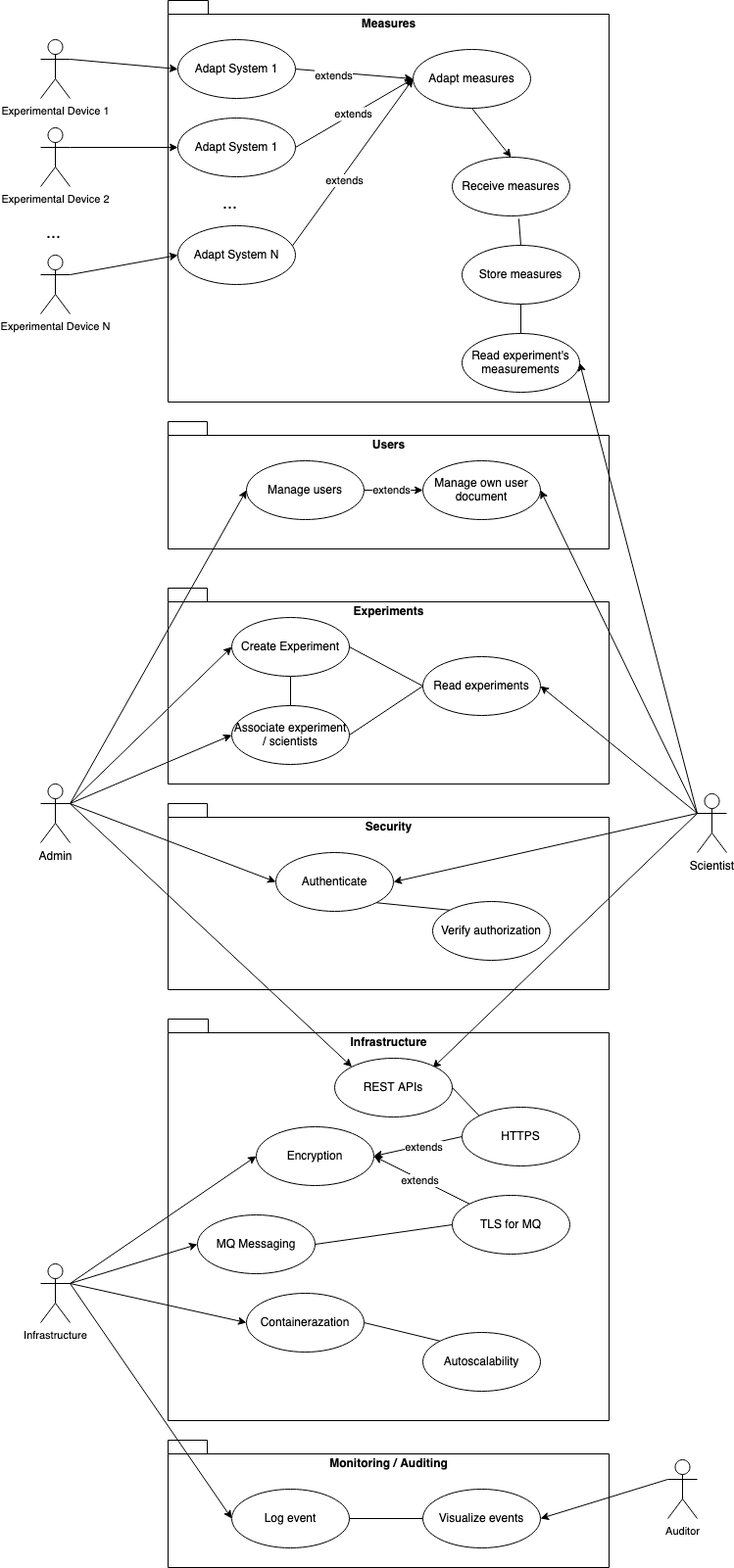
This is documents/sections/components-usecase.png from alros-essex/ssdcs-assignment, a draw.io export, as it was before one commit. Source tidied: cells renumbered, new cells last; positions are measured from the earlier drawing's top-left corner, leaving out a move shared by most shapes.
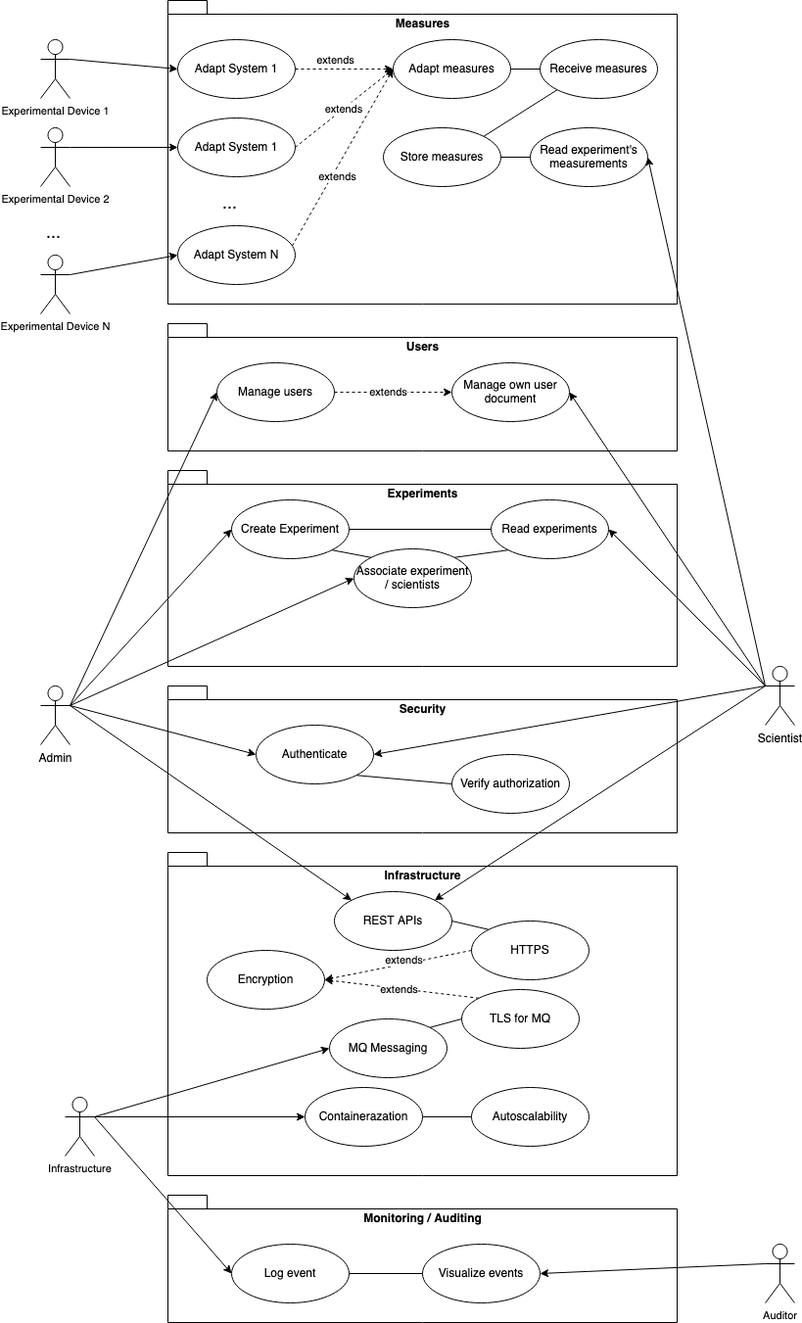
Later version of the same file.

What changed in the source:
```diff
@@ -3,40 +3,40 @@
     <mxCell id="0" />
     <mxCell id="1" parent="0" />
     <mxCell id="2" value="Infrastructure" style="shape=folder;fontStyle=1;spacingTop=10;tabWidth=40;tabHeight=14;tabPosition=left;html=1;verticalAlign=top;" parent="1" vertex="1">
-      <mxGeometry x="130" y="1040" width="450" height="410" as="geometry" />
+      <mxGeometry x="130" y="870" width="520" height="330" as="geometry" />
     </mxCell>
     <mxCell id="3" value="Monitoring / Auditing" style="shape=folder;fontStyle=1;spacingTop=10;tabWidth=40;tabHeight=14;tabPosition=left;html=1;verticalAlign=top;" parent="1" vertex="1">
-      <mxGeometry x="130" y="1470" width="450" height="130" as="geometry" />
+      <mxGeometry x="130" y="1220" width="520" height="130" as="geometry" />
     </mxCell>
     <mxCell id="4" value="Security" style="shape=folder;fontStyle=1;spacingTop=10;tabWidth=40;tabHeight=14;tabPosition=left;html=1;verticalAlign=top;" parent="1" vertex="1">
-      <mxGeometry x="130" y="820" width="450" height="190" as="geometry" />
+      <mxGeometry x="130" y="700" width="520" height="150" as="geometry" />
     </mxCell>
     <mxCell id="5" value="Experiments" style="shape=folder;fontStyle=1;spacingTop=10;tabWidth=40;tabHeight=14;tabPosition=left;html=1;verticalAlign=top;" parent="1" vertex="1">
-      <mxGeometry x="130" y="600" width="450" height="200" as="geometry" />
+      <mxGeometry x="130" y="480" width="520" height="200" as="geometry" />
     </mxCell>
     <mxCell id="6" value="Users" style="shape=folder;fontStyle=1;spacingTop=10;tabWidth=40;tabHeight=14;tabPosition=left;html=1;verticalAlign=top;" parent="1" vertex="1">
-      <mxGeometry x="130" y="430" width="450" height="130" as="geometry" />
+      <mxGeometry x="130" y="330" width="520" height="130" as="geometry" />
     </mxCell>
     <mxCell id="7" value="Measures" style="shape=folder;fontStyle=1;spacingTop=10;tabWidth=40;tabHeight=14;tabPosition=left;html=1;verticalAlign=top;" parent="1" vertex="1">
-      <mxGeometry x="130" width="450" height="410" as="geometry" />
+      <mxGeometry x="130" width="520" height="310" as="geometry" />
     </mxCell>
-    <mxCell id="8" style="entryX=0.5;entryY=0;entryDx=0;entryDy=0;endArrow=none;endFill=0;exitX=0.566;exitY=1.048;exitDx=0;exitDy=0;exitPerimeter=0;" parent="1" edge="1" source="9" target="33">
+    <mxCell id="8" style="entryX=1;entryY=0;entryDx=0;entryDy=0;endArrow=none;endFill=0;exitX=0;exitY=1;exitDx=0;exitDy=0;" parent="1" edge="1" source="9" target="33">
       <mxGeometry relative="1" as="geometry" />
     </mxCell>
     <mxCell id="9" value="Receive measures" style="ellipse;whiteSpace=wrap;html=1;" parent="1" vertex="1">
-      <mxGeometry x="420" y="160" width="120" height="60" as="geometry" />
+      <mxGeometry x="510" y="40" width="120" height="60" as="geometry" />
     </mxCell>
-    <mxCell id="10" style="exitX=1;exitY=0.5;exitDx=0;exitDy=0;entryX=0;entryY=0.5;entryDx=0;entryDy=0;" parent="1" edge="1" source="12" target="13">
+    <mxCell id="10" style="exitX=1;exitY=0.5;exitDx=0;exitDy=0;entryX=0;entryY=0.5;entryDx=0;entryDy=0;dashed=1;" parent="1" edge="1" source="12" target="13">
       <mxGeometry relative="1" as="geometry" />
     </mxCell>
     <mxCell id="11" value="extends" style="edgeLabel;html=1;align=center;verticalAlign=middle;" parent="10" vertex="1">
       <mxGeometry x="-0.1" y="1" relative="1" as="geometry" />
     </mxCell>
     <mxCell id="12" value="Manage users" style="ellipse;whiteSpace=wrap;html=1;" parent="1" vertex="1">
-      <mxGeometry x="210" y="470" width="120" height="60" as="geometry" />
+      <mxGeometry x="180" y="370" width="120" height="60" as="geometry" />
     </mxCell>
     <mxCell id="13" value="Manage own user document" style="ellipse;whiteSpace=wrap;html=1;" parent="1" vertex="1">
-      <mxGeometry x="390" y="470" width="120" height="60" as="geometry" />
+      <mxGeometry x="420" y="370" width="120" height="60" as="geometry" />
     </mxCell>
     <mxCell id="14" style="entryX=1;entryY=0.5;entryDx=0;entryDy=0;exitX=0;exitY=0.3333333333333333;exitDx=0;exitDy=0;exitPerimeter=0;" parent="1" edge="1" source="19" target="13">
       <mxGeometry relative="1" as="geometry" />
@@ -50,13 +50,11 @@
     <mxCell id="17" style="entryX=1;entryY=0.5;entryDx=0;entryDy=0;exitX=0;exitY=0.3333333333333333;exitDx=0;exitDy=0;exitPerimeter=0;" parent="1" edge="1" source="19" target="39">
       <mxGeometry relative="1" as="geometry" />
     </mxCell>
-    <mxCell id="18" style="exitX=0;exitY=0.3333333333333333;exitDx=0;exitDy=0;exitPerimeter=0;" parent="1" edge="1" source="19">
-      <mxGeometry relative="1" as="geometry">
-        <mxPoint x="400" y="1090" as="targetPoint" />
-      </mxGeometry>
+    <mxCell id="18" style="exitX=0;exitY=0.3333333333333333;exitDx=0;exitDy=0;exitPerimeter=0;entryX=1;entryY=0;entryDx=0;entryDy=0;" parent="1" edge="1" source="19" target="47">
+      <mxGeometry relative="1" as="geometry" />
     </mxCell>
     <mxCell id="19" value="Scientist" style="shape=umlActor;verticalLabelPosition=bottom;verticalAlign=top;html=1;outlineConnect=0;" parent="1" vertex="1">
-      <mxGeometry x="670" y="810" width="30" height="60" as="geometry" />
+      <mxGeometry x="740" y="680" width="30" height="60" as="geometry" />
     </mxCell>
     <mxCell id="20" style="entryX=0;entryY=0.5;entryDx=0;entryDy=0;exitX=1;exitY=0.3333333333333333;exitDx=0;exitDy=0;exitPerimeter=0;" parent="1" edge="1" source="26" target="28">
       <mxGeometry relative="1" as="geometry" />
@@ -77,119 +75,121 @@
       <mxGeometry relative="1" as="geometry" />
     </mxCell>
     <mxCell id="26" value="Admin" style="shape=umlActor;verticalLabelPosition=bottom;verticalAlign=top;html=1;outlineConnect=0;" parent="1" vertex="1">
-      <mxGeometry y="800" width="30" height="60" as="geometry" />
+      <mxGeometry y="700" width="30" height="60" as="geometry" />
     </mxCell>
-    <mxCell id="27" style="exitX=0.5;exitY=1;exitDx=0;exitDy=0;entryX=0.5;entryY=0;entryDx=0;entryDy=0;endArrow=none;endFill=0;" parent="1" edge="1" source="28" target="30">
+    <mxCell id="27" style="exitX=1;exitY=1;exitDx=0;exitDy=0;entryX=0;entryY=0;entryDx=0;entryDy=0;endArrow=none;endFill=0;" parent="1" edge="1" source="28" target="30">
       <mxGeometry relative="1" as="geometry" />
     </mxCell>
     <mxCell id="28" value="Create Experiment" style="ellipse;whiteSpace=wrap;html=1;" parent="1" vertex="1">
-      <mxGeometry x="195" y="630" width="120" height="60" as="geometry" />
+      <mxGeometry x="195" y="510" width="120" height="60" as="geometry" />
     </mxCell>
-    <mxCell id="29" style="entryX=0;entryY=0.5;entryDx=0;entryDy=0;exitX=1;exitY=0.5;exitDx=0;exitDy=0;endArrow=none;endFill=0;" parent="1" edge="1" source="30" target="32">
+    <mxCell id="29" style="entryX=0;entryY=1;entryDx=0;entryDy=0;exitX=1;exitY=0;exitDx=0;exitDy=0;endArrow=none;endFill=0;" parent="1" edge="1" source="30" target="32">
       <mxGeometry relative="1" as="geometry" />
     </mxCell>
     <mxCell id="30" value="Associate experiment / scientists" style="ellipse;whiteSpace=wrap;html=1;" parent="1" vertex="1">
-      <mxGeometry x="195" y="720" width="120" height="60" as="geometry" />
+      <mxGeometry x="320" y="560" width="120" height="60" as="geometry" />
     </mxCell>
     <mxCell id="31" style="entryX=1;entryY=0.5;entryDx=0;entryDy=0;exitX=0;exitY=0.5;exitDx=0;exitDy=0;endArrow=none;endFill=0;" parent="1" edge="1" source="32" target="28">
       <mxGeometry relative="1" as="geometry" />
     </mxCell>
     <mxCell id="32" value="Read experiments" style="ellipse;whiteSpace=wrap;html=1;" parent="1" vertex="1">
-      <mxGeometry x="390" y="670" width="120" height="60" as="geometry" />
+      <mxGeometry x="460" y="510" width="120" height="60" as="geometry" />
     </mxCell>
     <mxCell id="33" value="Store measures" style="ellipse;whiteSpace=wrap;html=1;" parent="1" vertex="1">
-      <mxGeometry x="430" y="250" width="120" height="60" as="geometry" />
+      <mxGeometry x="350" y="130" width="120" height="60" as="geometry" />
     </mxCell>
-    <mxCell id="34" style="endArrow=none;endFill=0;exitX=0.5;exitY=0;exitDx=0;exitDy=0;entryX=0.5;entryY=1;entryDx=0;entryDy=0;" parent="1" edge="1" source="35" target="33">
+    <mxCell id="34" style="endArrow=none;endFill=0;exitX=0;exitY=0.5;exitDx=0;exitDy=0;entryX=1;entryY=0.5;entryDx=0;entryDy=0;" parent="1" edge="1" source="35" target="33">
       <mxGeometry relative="1" as="geometry" />
     </mxCell>
     <mxCell id="35" value="Read experiment's measurements" style="ellipse;whiteSpace=wrap;html=1;" parent="1" vertex="1">
-      <mxGeometry x="430" y="340" width="120" height="60" as="geometry" />
+      <mxGeometry x="500" y="130" width="120" height="60" as="geometry" />
     </mxCell>
     <mxCell id="36" style="exitX=1;exitY=0.5;exitDx=0;exitDy=0;endArrow=none;endFill=0;entryX=0;entryY=0.5;entryDx=0;entryDy=0;" parent="1" edge="1" source="37" target="41">
       <mxGeometry relative="1" as="geometry" />
     </mxCell>
     <mxCell id="37" value="Log event" style="ellipse;whiteSpace=wrap;html=1;" parent="1" vertex="1">
-      <mxGeometry x="195" y="1520" width="120" height="60" as="geometry" />
+      <mxGeometry x="195" y="1270" width="120" height="60" as="geometry" />
     </mxCell>
-    <mxCell id="38" style="entryX=0;entryY=0;entryDx=0;entryDy=0;endArrow=none;endFill=0;exitX=1;exitY=1;exitDx=0;exitDy=0;" parent="1" edge="1" source="39" target="40">
+    <mxCell id="38" style="entryX=0;entryY=0.5;entryDx=0;entryDy=0;endArrow=none;endFill=0;exitX=1;exitY=1;exitDx=0;exitDy=0;" parent="1" edge="1" source="39" target="40">
       <mxGeometry relative="1" as="geometry" />
     </mxCell>
     <mxCell id="39" value="Authenticate" style="ellipse;whiteSpace=wrap;html=1;" parent="1" vertex="1">
-      <mxGeometry x="240" y="870" width="120" height="60" as="geometry" />
+      <mxGeometry x="220" y="740" width="120" height="60" as="geometry" />
     </mxCell>
     <mxCell id="40" value="Verify authorization" style="ellipse;whiteSpace=wrap;html=1;" parent="1" vertex="1">
-      <mxGeometry x="400" y="920" width="120" height="60" as="geometry" />
+      <mxGeometry x="420" y="770" width="120" height="60" as="geometry" />
     </mxCell>
     <mxCell id="41" value="Visualize events" style="ellipse;whiteSpace=wrap;html=1;" parent="1" vertex="1">
-      <mxGeometry x="390" y="1520" width="120" height="60" as="geometry" />
+      <mxGeometry x="390" y="1270" width="120" height="60" as="geometry" />
     </mxCell>
     <mxCell id="42" value="Encryption" style="ellipse;whiteSpace=wrap;html=1;" parent="1" vertex="1">
-      <mxGeometry x="220" y="1150" width="120" height="60" as="geometry" />
+      <mxGeometry x="170" y="970" width="120" height="60" as="geometry" />
     </mxCell>
-    <mxCell id="43" style="exitX=1;exitY=0.5;exitDx=0;exitDy=0;endArrow=none;endFill=0;entryX=0;entryY=0;entryDx=0;entryDy=0;" parent="1" edge="1" source="44" target="46">
+    <mxCell id="43" style="exitX=1;exitY=0.5;exitDx=0;exitDy=0;endArrow=none;endFill=0;entryX=0;entryY=0.5;entryDx=0;entryDy=0;" parent="1" edge="1" source="44" target="46">
       <mxGeometry relative="1" as="geometry" />
     </mxCell>
     <mxCell id="44" value="Containerazation" style="ellipse;whiteSpace=wrap;html=1;" parent="1" vertex="1">
-      <mxGeometry x="210" y="1320" width="120" height="60" as="geometry" />
+      <mxGeometry x="270" y="1110" width="120" height="60" as="geometry" />
     </mxCell>
     <mxCell id="45" value="MQ Messaging" style="ellipse;whiteSpace=wrap;html=1;" parent="1" vertex="1">
-      <mxGeometry x="160" y="1240" width="120" height="60" as="geometry" />
+      <mxGeometry x="295" y="1040" width="120" height="60" as="geometry" />
     </mxCell>
     <mxCell id="46" value="Autoscalability" style="ellipse;whiteSpace=wrap;html=1;" parent="1" vertex="1">
-      <mxGeometry x="390" y="1360" width="120" height="60" as="geometry" />
+      <mxGeometry x="440" y="1110" width="120" height="60" as="geometry" />
     </mxCell>
     <mxCell id="47" value="REST APIs" style="ellipse;whiteSpace=wrap;html=1;" parent="1" vertex="1">
-      <mxGeometry x="300" y="1080" width="120" height="60" as="geometry" />
+      <mxGeometry x="300" y="910" width="120" height="60" as="geometry" />
     </mxCell>
-    <mxCell id="48" style="exitX=0;exitY=0.5;exitDx=0;exitDy=0;entryX=1;entryY=0.5;entryDx=0;entryDy=0;" parent="1" edge="1" source="51" target="42">
+    <mxCell id="48" style="exitX=0;exitY=0.5;exitDx=0;exitDy=0;entryX=1;entryY=0.5;entryDx=0;entryDy=0;dashed=1;" parent="1" edge="1" source="51" target="42">
       <mxGeometry relative="1" as="geometry" />
     </mxCell>
     <mxCell id="49" value="extends" style="edgeLabel;html=1;align=center;verticalAlign=middle;" parent="48" vertex="1">
-      <mxGeometry x="-0.11" y="2" relative="1" as="geometry" />
+      <mxGeometry x="-0.11" y="2" relative="1" as="geometry">
+        <mxPoint x="-3" y="-6" as="offset" />
+      </mxGeometry>
     </mxCell>
     <mxCell id="50" style="exitX=0;exitY=0;exitDx=0;exitDy=0;endArrow=none;endFill=0;entryX=1;entryY=0.5;entryDx=0;entryDy=0;" parent="1" edge="1" source="51" target="47">
       <mxGeometry relative="1" as="geometry" />
     </mxCell>
     <mxCell id="51" value="HTTPS" style="ellipse;whiteSpace=wrap;html=1;" parent="1" vertex="1">
-      <mxGeometry x="430" y="1130" width="120" height="60" as="geometry" />
+      <mxGeometry x="440" y="940" width="120" height="60" as="geometry" />
     </mxCell>
-    <mxCell id="52" style="entryX=1;entryY=0.5;entryDx=0;entryDy=0;exitX=0;exitY=0;exitDx=0;exitDy=0;" parent="1" edge="1" source="55" target="42">
+    <mxCell id="52" style="entryX=1;entryY=0.5;entryDx=0;entryDy=0;exitX=0;exitY=0;exitDx=0;exitDy=0;dashed=1;" parent="1" edge="1" source="55" target="42">
       <mxGeometry relative="1" as="geometry" />
     </mxCell>
     <mxCell id="53" value="extends" style="edgeLabel;html=1;align=center;verticalAlign=middle;" parent="52" vertex="1">
       <mxGeometry x="0.05" y="1" relative="1" as="geometry" />
     </mxCell>
-    <mxCell id="54" style="endArrow=none;endFill=0;exitX=0;exitY=0.5;exitDx=0;exitDy=0;entryX=1;entryY=0.5;entryDx=0;entryDy=0;" parent="1" edge="1" source="55" target="45">
+    <mxCell id="54" style="endArrow=none;endFill=0;exitX=0;exitY=0.5;exitDx=0;exitDy=0;entryX=1;entryY=0;entryDx=0;entryDy=0;" parent="1" edge="1" source="55" target="45">
       <mxGeometry relative="1" as="geometry" />
     </mxCell>
     <mxCell id="55" value="TLS for MQ" style="ellipse;whiteSpace=wrap;html=1;" parent="1" vertex="1">
-      <mxGeometry x="420" y="1220" width="120" height="60" as="geometry" />
+      <mxGeometry x="430" y="1010" width="120" height="60" as="geometry" />
     </mxCell>
-    <mxCell id="56" style="entryX=0.5;entryY=0;entryDx=0;entryDy=0;exitX=0.5;exitY=1;exitDx=0;exitDy=0;" parent="1" edge="1" source="57" target="9">
+    <mxCell id="56" style="entryX=0;entryY=0.5;entryDx=0;entryDy=0;exitX=1;exitY=0.5;exitDx=0;exitDy=0;endArrow=none;endFill=0;" parent="1" edge="1" source="57" target="9">
       <mxGeometry relative="1" as="geometry" />
     </mxCell>
     <mxCell id="57" value="Adapt measures" style="ellipse;whiteSpace=wrap;html=1;" parent="1" vertex="1">
-      <mxGeometry x="380" y="50" width="120" height="60" as="geometry" />
+      <mxGeometry x="360" y="40" width="120" height="60" as="geometry" />
     </mxCell>
-    <mxCell id="58" style="entryX=0;entryY=0.5;entryDx=0;entryDy=0;exitX=1;exitY=0.5;exitDx=0;exitDy=0;" parent="1" edge="1" source="60" target="57">
+    <mxCell id="58" style="entryX=0;entryY=0.5;entryDx=0;entryDy=0;exitX=1;exitY=0.5;exitDx=0;exitDy=0;dashed=1;" parent="1" edge="1" source="60" target="57">
       <mxGeometry relative="1" as="geometry" />
     </mxCell>
     <mxCell id="59" value="extends" style="edgeLabel;html=1;align=center;verticalAlign=middle;" parent="58" vertex="1">
       <mxGeometry x="-0.02" y="-5" relative="1" as="geometry">
-        <mxPoint x="-20" y="-3" as="offset" />
+        <mxPoint x="-9" y="-15" as="offset" />
       </mxGeometry>
     </mxCell>
     <mxCell id="60" value="Adapt System 1" style="ellipse;whiteSpace=wrap;html=1;" parent="1" vertex="1">
       <mxGeometry x="140" y="40" width="120" height="60" as="geometry" />
     </mxCell>
-    <mxCell id="61" value="extends" style="entryX=0;entryY=0.5;entryDx=0;entryDy=0;exitX=1;exitY=0.5;exitDx=0;exitDy=0;" parent="1" edge="1" source="62" target="57">
+    <mxCell id="61" value="extends" style="entryX=0;entryY=0.5;entryDx=0;entryDy=0;exitX=1;exitY=0.5;exitDx=0;exitDy=0;dashed=1;" parent="1" edge="1" source="62" target="57">
       <mxGeometry relative="1" as="geometry" />
     </mxCell>
     <mxCell id="62" value="Adapt System 1" style="ellipse;whiteSpace=wrap;html=1;" parent="1" vertex="1">
       <mxGeometry x="140" y="120" width="120" height="60" as="geometry" />
     </mxCell>
-    <mxCell id="63" style="entryX=0;entryY=0.5;entryDx=0;entryDy=0;" parent="1" edge="1" source="65" target="57">
+    <mxCell id="63" style="entryX=0;entryY=0.5;entryDx=0;entryDy=0;dashed=1;" parent="1" edge="1" source="65" target="57">
       <mxGeometry relative="1" as="geometry" />
     </mxCell>
     <mxCell id="64" value="extends" style="edgeLabel;html=1;align=center;verticalAlign=middle;" parent="63" vertex="1">
@@ -209,14 +209,11 @@
     <mxCell id="68" parent="1" edge="1" source="70" target="45">
       <mxGeometry relative="1" as="geometry" />
     </mxCell>
-    <mxCell id="69" parent="1" edge="1" source="70" target="42">
-      <mxGeometry relative="1" as="geometry" />
-    </mxCell>
     <mxCell id="70" value="Infrastructure" style="shape=umlActor;verticalLabelPosition=bottom;verticalAlign=top;html=1;outlineConnect=0;fontSize=11;" parent="1" vertex="1">
-      <mxGeometry y="1290" width="30" height="60" as="geometry" />
+      <mxGeometry x="25" y="1120" width="30" height="60" as="geometry" />
     </mxCell>
     <mxCell id="71" value="Auditor" style="shape=umlActor;verticalLabelPosition=bottom;verticalAlign=top;html=1;outlineConnect=0;fontSize=11;" parent="1" vertex="1">
-      <mxGeometry x="640" y="1490" width="30" height="60" as="geometry" />
+      <mxGeometry x="740" y="1270" width="30" height="60" as="geometry" />
     </mxCell>
     <mxCell id="72" parent="1" edge="1" source="73" target="60">
       <mxGeometry relative="1" as="geometry" />
```
